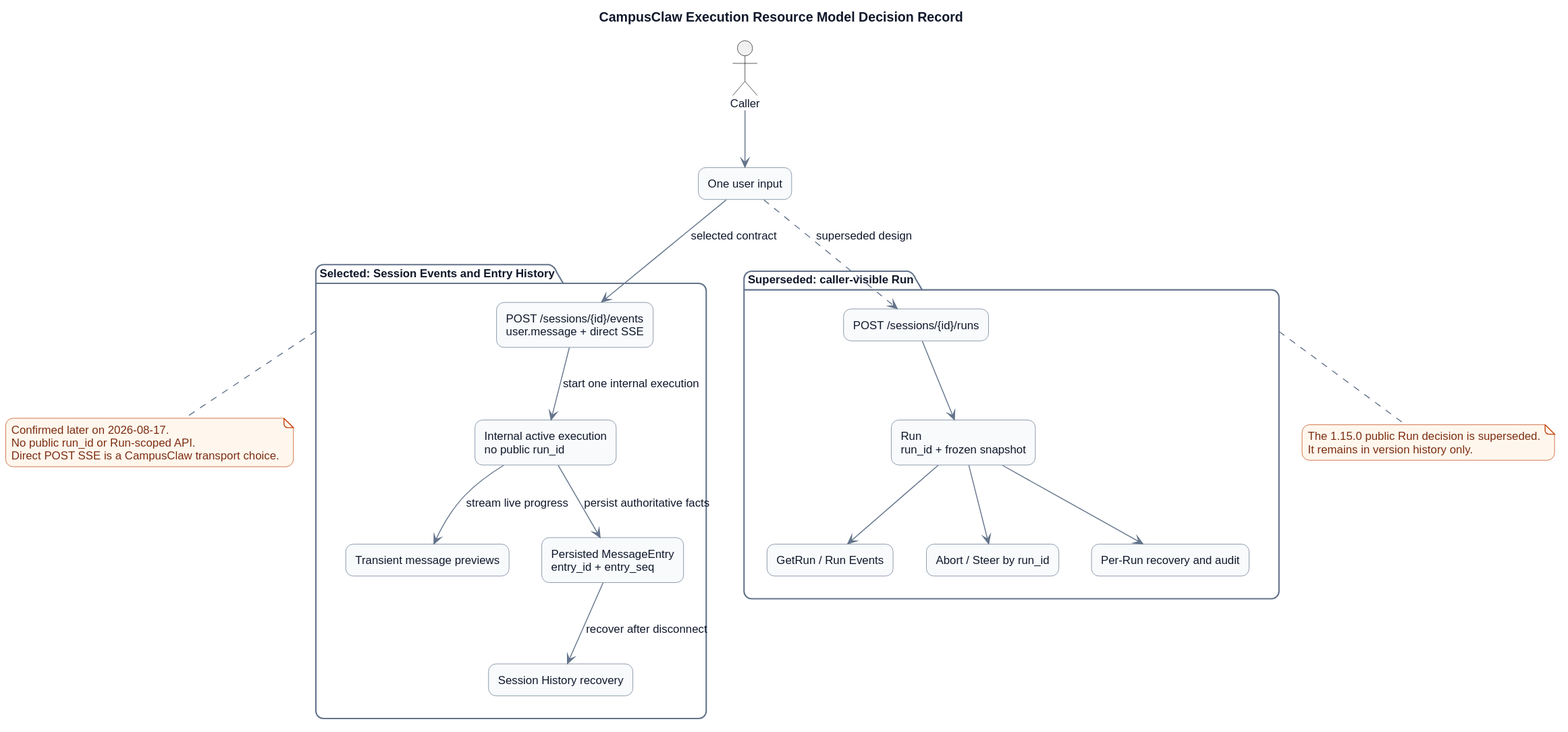
Before: pi-mono-java-manager-driven-multi-agent-runtime/http_execution_resource_model.svg, a diagram exported from PlantUML (ssm0808/pi-mono-java-design).
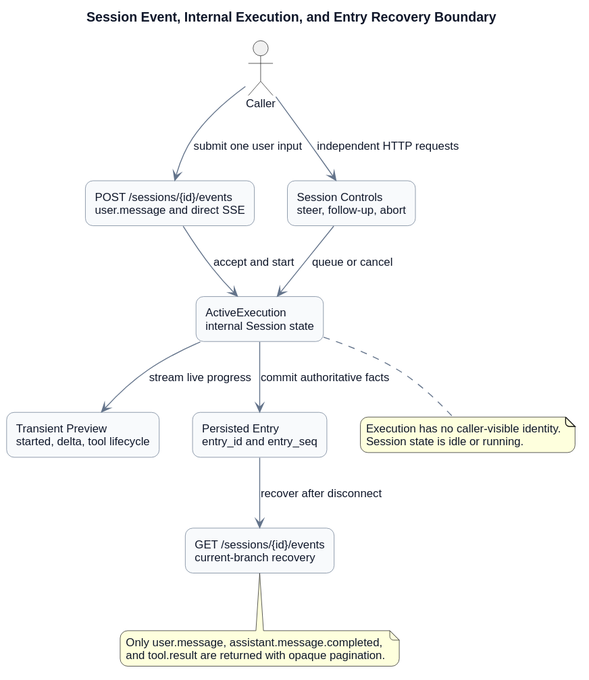
Above is the later version.

Change to the diagram source:
```diff
@@ -1,5 +1,5 @@
 @startuml
-title CampusClaw Execution Resource Model Decision Record
+title Session Event, Internal Execution, and Entry Recovery Boundary
 
 
 skinparam backgroundColor #FFFFFF
@@ -14,57 +14,30 @@
   BackgroundColor #F8FAFC
   FontColor #0F172A
 }
-skinparam package {
-  BorderColor #64748B
-  BackgroundColor #FFFFFF
-  FontColor #0F172A
-}
-skinparam note {
-  BackgroundColor #FFF7ED
-  BorderColor #C2410C
-  FontColor #7C2D12
-}
 
 actor Caller
-rectangle "One user input" as Input
+rectangle "POST /sessions/{id}/events\nuser.message and direct SSE" as SendEvent
+rectangle "ActiveExecution\ninternal Session state" as Execution
+rectangle "Transient Preview\nstarted, delta, tool lifecycle" as Preview
+rectangle "Persisted Entry\nentry_id and entry_seq" as Entry
+rectangle "GET /sessions/{id}/events\ncurrent-branch recovery" as GetEvents
+rectangle "Session Controls\nsteer, follow-up, abort" as Controls
 
-package "Selected: Session Events and Entry History" as CandidateA {
-  rectangle "POST /sessions/{id}/events\nuser.message + direct SSE" as SendEvent
-  rectangle "Internal active execution\nno public run_id" as Execution
-  rectangle "Transient message previews" as Preview
-  rectangle "Persisted MessageEntry\nentry_id + entry_seq" as Entry
-  rectangle "Session History recovery" as History
-}
+Caller --> SendEvent : submit one user input
+SendEvent --> Execution : accept and start
+Execution --> Preview : stream live progress
+Execution --> Entry : commit authoritative facts
+Entry --> GetEvents : recover after disconnect
+Caller --> Controls : independent HTTP requests
+Controls --> Execution : queue or cancel
 
-package "Superseded: caller-visible Run" as CandidateB {
-  rectangle "POST /sessions/{id}/runs" as CreateRun
-  rectangle "Run\nrun_id + frozen snapshot" as Run
-  rectangle "GetRun / Run Events" as RunObserve
-  rectangle "Abort / Steer by run_id" as RunControl
-  rectangle "Per-Run recovery and audit" as RunAudit
-}
-
-Caller --> Input
-Input --> SendEvent : selected contract
-SendEvent --> Execution : start one internal execution
-Execution --> Preview : stream live progress
-Execution --> Entry : persist authoritative facts
-Entry --> History : recover after disconnect
-
-Input ..> CreateRun : superseded design
-CreateRun --> Run
-Run --> RunObserve
-Run --> RunControl
-Run --> RunAudit
-
-note bottom of CandidateA
-Confirmed later on 2026-08-17.
-No public run_id or Run-scoped API.
-Direct POST SSE is a CampusClaw transport choice.
+note bottom of Execution
+Execution has no caller-visible identity.
+Session state is idle or running.
 end note
 
-note bottom of CandidateB
-The 1.15.0 public Run decision is superseded.
-It remains in version history only.
+note bottom of GetEvents
+Only user.message, assistant.message.completed,
+and tool.result are returned with opaque pagination.
 end note
 @enduml
```
